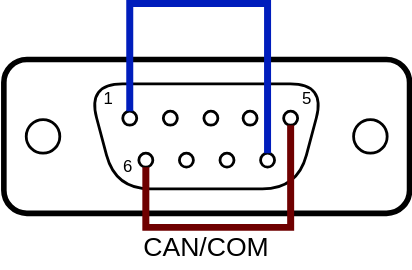
This is docs/user-docs/images/edge-solutions/moducop/io-modules/iou06/qs-com-layout1-loop.svg from ci4rail/docs, a draw.io export, as it was before one commit. Source tidied: cells renumbered, new cells last; positions are measured from the earlier drawing's top-left corner, leaving out a move shared by most shapes. Source of this version:
```xml
<mxGraphModel>
  <root>
    <mxCell id="0" />
    <mxCell id="1" parent="0" />
    <mxCell id="2" style="group;" parent="1" vertex="1">
      <mxGeometry y="40" width="290" height="110" as="geometry" />
    </mxCell>
    <mxCell id="3" style="rounded=1;whiteSpace=wrap;html=1;strokeColor=#000000;strokeWidth=4;fillColor=#FFFFFF;" parent="2" vertex="1">
      <mxGeometry width="290" height="110" as="geometry" />
    </mxCell>
    <mxCell id="4" style="shape=trapezoid;perimeter=trapezoidPerimeter;whiteSpace=wrap;html=1;fixedSize=1;size=20;rotation=-180;rounded=1;arcSize=50;strokeWidth=2;" parent="2" vertex="1">
      <mxGeometry x="59.8" y="17.5" width="170" height="75" as="geometry" />
    </mxCell>
    <mxCell id="5" style="ellipse;whiteSpace=wrap;html=1;fillColor=none;strokeColor=#000000;strokeWidth=2;" parent="2" vertex="1">
      <mxGeometry x="16" y="43" width="24" height="24" as="geometry" />
    </mxCell>
    <mxCell id="6" style="ellipse;whiteSpace=wrap;html=1;fillColor=none;strokeColor=#000000;strokeWidth=2;" parent="2" vertex="1">
      <mxGeometry x="250" y="43" width="24" height="24" as="geometry" />
    </mxCell>
    <mxCell id="7" style="ellipse;whiteSpace=wrap;html=1;fillColor=none;strokeColor=#000000;strokeWidth=2;" parent="2" vertex="1">
      <mxGeometry x="85" y="37" width="10" height="10" as="geometry" />
    </mxCell>
    <mxCell id="8" style="ellipse;whiteSpace=wrap;html=1;fillColor=none;strokeColor=#000000;strokeWidth=2;" parent="2" vertex="1">
      <mxGeometry x="114" y="37" width="10" height="10" as="geometry" />
    </mxCell>
    <mxCell id="9" style="ellipse;whiteSpace=wrap;html=1;fillColor=none;strokeColor=#000000;strokeWidth=2;" parent="2" vertex="1">
      <mxGeometry x="143" y="37" width="10" height="10" as="geometry" />
    </mxCell>
    <mxCell id="10" style="ellipse;whiteSpace=wrap;html=1;fillColor=none;strokeColor=#000000;strokeWidth=2;" parent="2" vertex="1">
      <mxGeometry x="171" y="37" width="10" height="10" as="geometry" />
    </mxCell>
    <mxCell id="11" style="ellipse;whiteSpace=wrap;html=1;fillColor=none;strokeColor=#000000;strokeWidth=2;" parent="2" vertex="1">
      <mxGeometry x="200" y="37" width="10" height="10" as="geometry" />
    </mxCell>
    <mxCell id="12" style="ellipse;whiteSpace=wrap;html=1;fillColor=none;strokeColor=#000000;strokeWidth=2;" parent="2" vertex="1">
      <mxGeometry x="96.5" y="67" width="10" height="10" as="geometry" />
    </mxCell>
    <mxCell id="13" style="ellipse;whiteSpace=wrap;html=1;fillColor=none;strokeColor=#000000;strokeWidth=2;" parent="2" vertex="1">
      <mxGeometry x="125.5" y="67" width="10" height="10" as="geometry" />
    </mxCell>
    <mxCell id="14" style="ellipse;whiteSpace=wrap;html=1;fillColor=none;strokeColor=#000000;strokeWidth=2;" parent="2" vertex="1">
      <mxGeometry x="154.5" y="67" width="10" height="10" as="geometry" />
    </mxCell>
    <mxCell id="15" style="ellipse;whiteSpace=wrap;html=1;fillColor=none;strokeColor=#000000;strokeWidth=2;" parent="2" vertex="1">
      <mxGeometry x="183.5" y="67" width="10" height="10" as="geometry" />
    </mxCell>
    <mxCell id="16" value="1" style="text;html=1;strokeColor=none;fillColor=none;align=center;verticalAlign=middle;whiteSpace=wrap;rounded=0;" parent="2" vertex="1">
      <mxGeometry x="68" y="17.5" width="13.5" height="20" as="geometry" />
    </mxCell>
    <mxCell id="17" value="5" style="text;html=1;strokeColor=none;fillColor=none;align=center;verticalAlign=middle;whiteSpace=wrap;rounded=0;" parent="2" vertex="1">
      <mxGeometry x="210" y="17.5" width="13.5" height="20" as="geometry" />
    </mxCell>
    <mxCell id="18" value="6" style="text;html=1;strokeColor=none;fillColor=none;align=center;verticalAlign=middle;whiteSpace=wrap;rounded=0;" parent="2" vertex="1">
      <mxGeometry x="81.5" y="67" width="13.5" height="20" as="geometry" />
    </mxCell>
    <mxCell id="19" style="rounded=0;jettySize=auto;html=1;endArrow=none;endFill=0;strokeWidth=5;fillColor=#0050ef;strokeColor=#001DBC;exitX=0.5;exitY=0;exitDx=0;exitDy=0;edgeStyle=orthogonalEdgeStyle;entryX=0.5;entryY=0;entryDx=0;entryDy=0;" parent="2" edge="1" source="15" target="7">
      <mxGeometry relative="1" as="geometry">
        <Array as="points">
          <mxPoint x="189" y="-40" />
          <mxPoint x="90" y="-40" />
        </Array>
      </mxGeometry>
    </mxCell>
    <mxCell id="20" style="rounded=0;jettySize=auto;html=1;endArrow=none;endFill=0;strokeWidth=5;fillColor=#a20025;strokeColor=#6F0000;edgeStyle=orthogonalEdgeStyle;entryX=0.5;entryY=1;entryDx=0;entryDy=0;exitX=0.5;exitY=1;exitDx=0;exitDy=0;" parent="2" edge="1" source="12" target="11">
      <mxGeometry relative="1" as="geometry">
        <Array as="points">
          <mxPoint x="102" y="120" />
          <mxPoint x="205" y="120" />
        </Array>
      </mxGeometry>
    </mxCell>
    <mxCell id="21" value="CAN/COM" style="text;html=1;strokeColor=none;fillColor=none;align=center;verticalAlign=middle;whiteSpace=wrap;rounded=0;fontSize=19;" parent="1" vertex="1">
      <mxGeometry x="55" y="160" width="180" height="30" as="geometry" />
    </mxCell>
  </root>
</mxGraphModel>
```
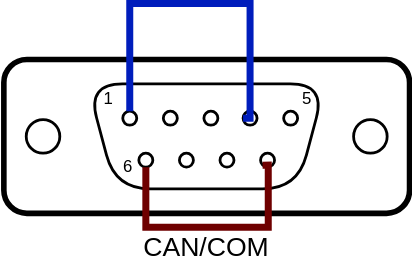
Above is the later version.

What changed in the source:
```diff
@@ -53,19 +53,21 @@
     <mxCell id="18" value="6" style="text;html=1;strokeColor=none;fillColor=none;align=center;verticalAlign=middle;whiteSpace=wrap;rounded=0;" parent="2" vertex="1">
       <mxGeometry x="81.5" y="67" width="13.5" height="20" as="geometry" />
     </mxCell>
-    <mxCell id="19" style="rounded=0;jettySize=auto;html=1;endArrow=none;endFill=0;strokeWidth=5;fillColor=#0050ef;strokeColor=#001DBC;exitX=0.5;exitY=0;exitDx=0;exitDy=0;edgeStyle=orthogonalEdgeStyle;entryX=0.5;entryY=0;entryDx=0;entryDy=0;" parent="2" edge="1" source="15" target="7">
+    <mxCell id="19" style="rounded=0;jettySize=auto;html=1;endArrow=none;endFill=0;strokeWidth=5;fillColor=#0050ef;strokeColor=#001DBC;exitX=0;exitY=0.5;exitDx=0;exitDy=0;edgeStyle=orthogonalEdgeStyle;entryX=0.5;entryY=0;entryDx=0;entryDy=0;" parent="2" edge="1" source="10" target="7">
       <mxGeometry relative="1" as="geometry">
         <Array as="points">
-          <mxPoint x="189" y="-40" />
+          <mxPoint x="176" y="42" />
+          <mxPoint x="176" y="-40" />
           <mxPoint x="90" y="-40" />
         </Array>
       </mxGeometry>
     </mxCell>
-    <mxCell id="20" style="rounded=0;jettySize=auto;html=1;endArrow=none;endFill=0;strokeWidth=5;fillColor=#a20025;strokeColor=#6F0000;edgeStyle=orthogonalEdgeStyle;entryX=0.5;entryY=1;entryDx=0;entryDy=0;exitX=0.5;exitY=1;exitDx=0;exitDy=0;" parent="2" edge="1" source="12" target="11">
+    <mxCell id="20" style="rounded=0;jettySize=auto;html=1;endArrow=none;endFill=0;strokeWidth=5;fillColor=#a20025;strokeColor=#6F0000;edgeStyle=orthogonalEdgeStyle;entryX=0;entryY=1;entryDx=0;entryDy=0;exitX=0.5;exitY=1;exitDx=0;exitDy=0;" parent="2" edge="1" source="12" target="15">
       <mxGeometry relative="1" as="geometry">
         <Array as="points">
           <mxPoint x="102" y="120" />
-          <mxPoint x="205" y="120" />
+          <mxPoint x="189" y="120" />
+          <mxPoint x="189" y="76" />
         </Array>
       </mxGeometry>
     </mxCell>
```
